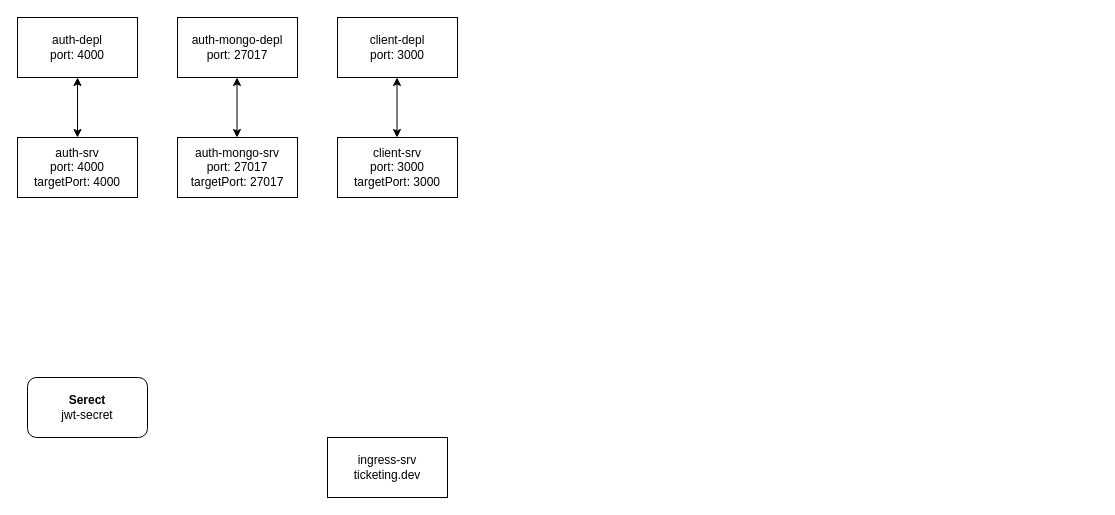
kavishkamk/ticker-hub keeps this draw.io diagram as diagrams/connection_diagram.drawio. Above is the earlier version. Source tidied: cells renumbered, new cells numbered last; positions are measured from the earlier drawing's top-left corner, leaving out a move shared by most shapes. Both pictures are drawn from the tidied source at 100%, with x=0, y=0 at pixel (17, 17).
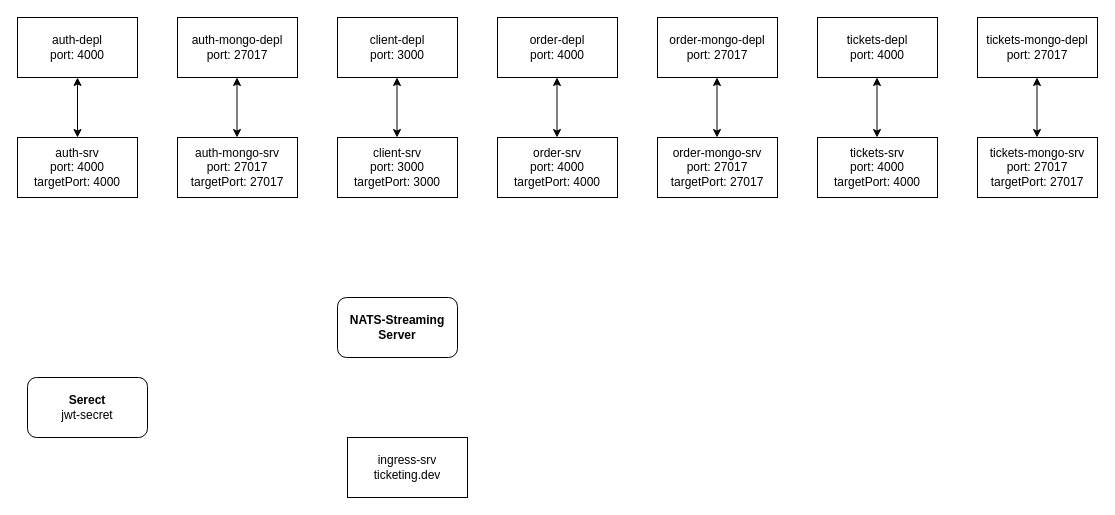
After the change.

Diff of the diagram source:
```diff
@@
     <mxCell id="4" value="ingress-srv&lt;br&gt;ticketing.dev" style="rounded=0;whiteSpace=wrap;html=1;" parent="1" vertex="1">
-      <mxGeometry x="310" y="420" width="120" height="60" as="geometry" />
+      <mxGeometry x="330" y="420" width="120" height="60" as="geometry" />
     </mxCell>
@@
+    <mxCell id="13" value="order-depl&lt;br&gt;port: 4000" style="rounded=0;whiteSpace=wrap;html=1;" parent="1" vertex="1">
+      <mxGeometry x="480" width="120" height="60" as="geometry" />
+    </mxCell>
+    <mxCell id="14" value="order-srv&lt;br&gt;port: 4000&lt;br&gt;targetPort: 4000" style="rounded=0;whiteSpace=wrap;html=1;" parent="1" vertex="1">
+      <mxGeometry x="480" y="120" width="120" height="60" as="geometry" />
+    </mxCell>
+    <mxCell id="15" style="endArrow=classic;startArrow=classic;html=1;rounded=0;entryX=0.5;entryY=1;entryDx=0;entryDy=0;exitX=0.5;exitY=0;exitDx=0;exitDy=0;" parent="1" edge="1">
+      <mxGeometry relative="1" as="geometry">
+        <mxPoint x="539.5" y="120" as="sourcePoint" />
+        <mxPoint x="539.5" y="60" as="targetPoint" />
+      </mxGeometry>
+    </mxCell>
+    <mxCell id="16" value="order-mongo-depl&lt;br&gt;port: 27017" style="rounded=0;whiteSpace=wrap;html=1;" parent="1" vertex="1">
+      <mxGeometry x="640" width="120" height="60" as="geometry" />
+    </mxCell>
+    <mxCell id="17" value="order-mongo-srv&lt;br&gt;port: 27017&lt;br&gt;targetPort: 27017" style="rounded=0;whiteSpace=wrap;html=1;" parent="1" vertex="1">
+      <mxGeometry x="640" y="120" width="120" height="60" as="geometry" />
+    </mxCell>
+    <mxCell id="18" style="endArrow=classic;startArrow=classic;html=1;rounded=0;entryX=0.5;entryY=1;entryDx=0;entryDy=0;exitX=0.5;exitY=0;exitDx=0;exitDy=0;" parent="1" edge="1">
+      <mxGeometry relative="1" as="geometry">
+        <mxPoint x="699.5" y="120" as="sourcePoint" />
+        <mxPoint x="699.5" y="60" as="targetPoint" />
+      </mxGeometry>
+    </mxCell>
+    <mxCell id="19" value="&lt;b&gt;NATS-Streaming Server&lt;/b&gt;" style="rounded=1;whiteSpace=wrap;html=1;" parent="1" vertex="1">
+      <mxGeometry x="320" y="280" width="120" height="60" as="geometry" />
+    </mxCell>
+    <mxCell id="20" value="tickets-depl&lt;br&gt;port: 4000" style="rounded=0;whiteSpace=wrap;html=1;" parent="1" vertex="1">
+      <mxGeometry x="800" width="120" height="60" as="geometry" />
+    </mxCell>
+    <mxCell id="21" value="tickets-srv&lt;br&gt;port: 4000&lt;br&gt;targetPort: 4000" style="rounded=0;whiteSpace=wrap;html=1;" parent="1" vertex="1">
+      <mxGeometry x="800" y="120" width="120" height="60" as="geometry" />
+    </mxCell>
+    <mxCell id="22" style="endArrow=classic;startArrow=classic;html=1;rounded=0;entryX=0.5;entryY=1;entryDx=0;entryDy=0;exitX=0.5;exitY=0;exitDx=0;exitDy=0;" parent="1" edge="1">
+      <mxGeometry relative="1" as="geometry">
+        <mxPoint x="859.5" y="120" as="sourcePoint" />
+        <mxPoint x="859.5" y="60" as="targetPoint" />
+      </mxGeometry>
+    </mxCell>
+    <mxCell id="23" value="tickets-mongo-depl&lt;br&gt;port: 27017" style="rounded=0;whiteSpace=wrap;html=1;" parent="1" vertex="1">
+      <mxGeometry x="960" width="120" height="60" as="geometry" />
+    </mxCell>
+    <mxCell id="24" value="tickets-mongo-srv&lt;br&gt;port: 27017&lt;br&gt;targetPort: 27017" style="rounded=0;whiteSpace=wrap;html=1;" parent="1" vertex="1">
+      <mxGeometry x="960" y="120" width="120" height="60" as="geometry" />
+    </mxCell>
+    <mxCell id="25" style="endArrow=classic;startArrow=classic;html=1;rounded=0;entryX=0.5;entryY=1;entryDx=0;entryDy=0;exitX=0.5;exitY=0;exitDx=0;exitDy=0;" parent="1" edge="1">
+      <mxGeometry relative="1" as="geometry">
+        <mxPoint x="1019.5" y="120" as="sourcePoint" />
+        <mxPoint x="1019.5" y="60" as="targetPoint" />
+      </mxGeometry>
+    </mxCell>
```
